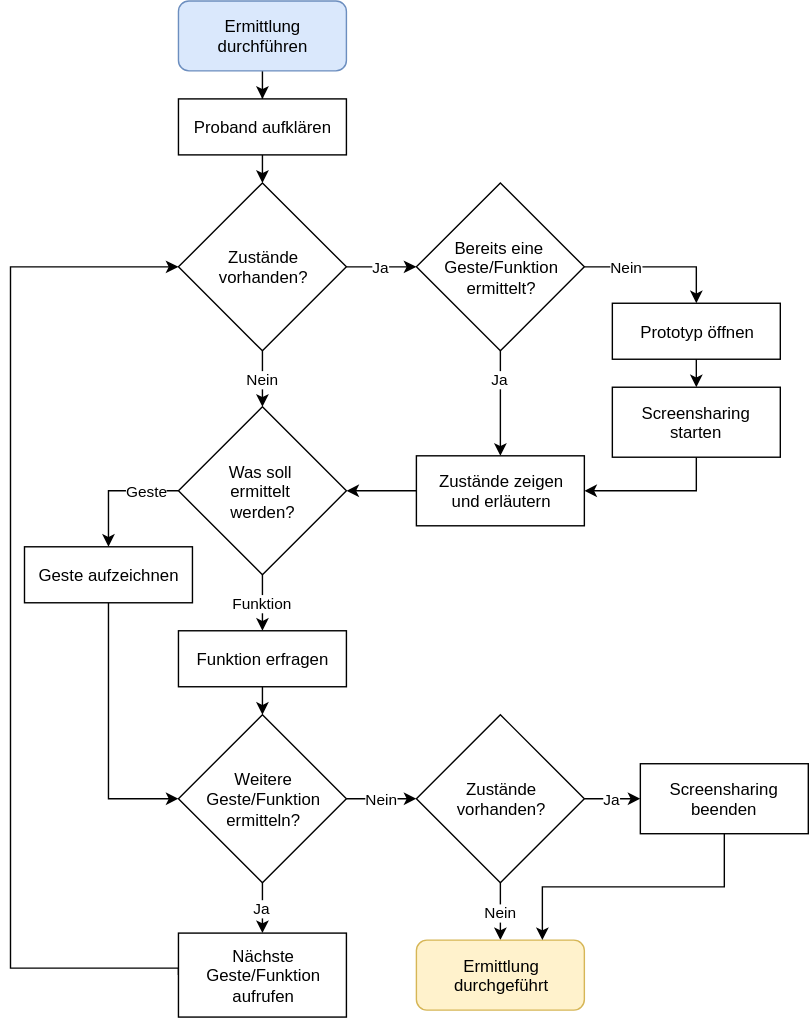
This is img/de/introduction/study-preview/elicitation.svg from danielkuenkel/gesturenote, a draw.io export, as it was before one commit. Source tidied: cells renumbered, new cells last; positions are measured from the earlier drawing's top-left corner, leaving out a move shared by most shapes.
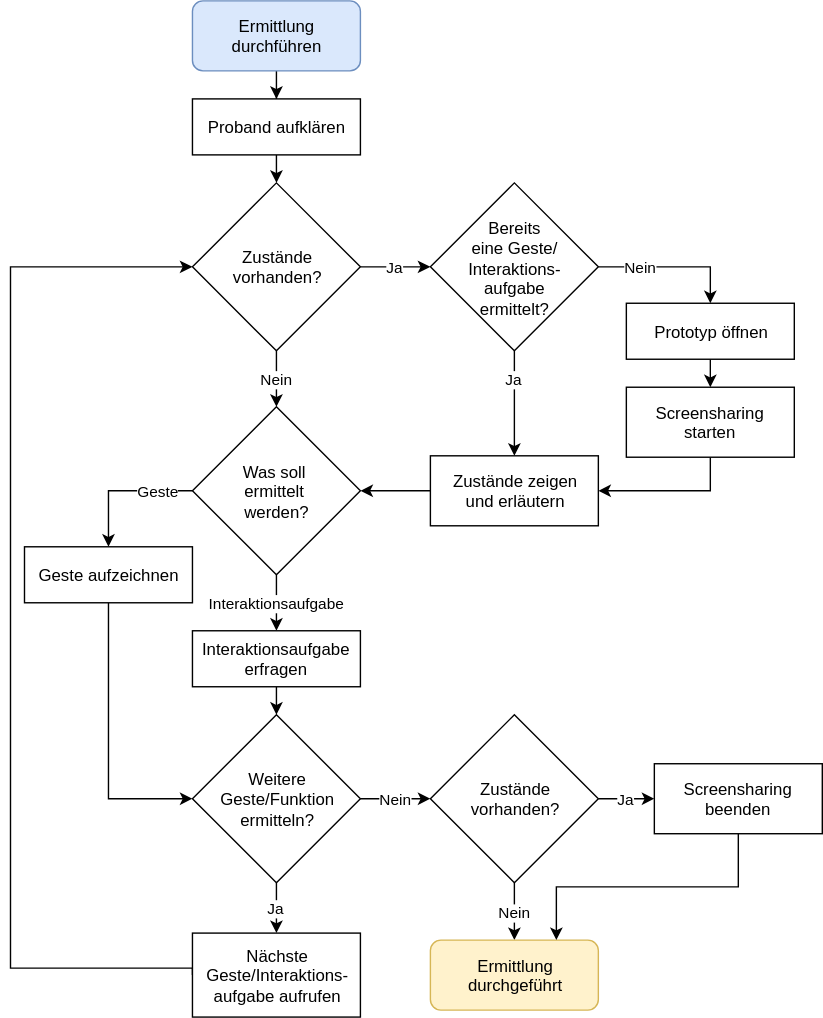
Above is the later version.

Diff of the diagram source:
```diff
@@ -72,12 +72,12 @@
       <mxGeometry relative="1" as="geometry">
         <Array as="points">
           <mxPoint x="120" y="691" />
-          <mxPoint y="691" />
-          <mxPoint y="190" />
+          <mxPoint x="-10" y="691" />
+          <mxPoint x="-10" y="190" />
         </Array>
       </mxGeometry>
     </mxCell>
-    <mxCell id="25" value="Nächste&lt;div&gt;Geste/Funktion&lt;div&gt;aufrufen&lt;/div&gt;&lt;/div&gt;" style="rounded=0;whiteSpace=wrap;html=1;" parent="1" vertex="1">
+    <mxCell id="25" value="Nächste&lt;div&gt;Geste/Interaktions-&lt;/div&gt;&lt;div&gt;aufgabe aufrufen&lt;/div&gt;" style="rounded=0;whiteSpace=wrap;html=1;" parent="1" vertex="1">
       <mxGeometry x="120" y="666" width="120" height="60" as="geometry" />
     </mxCell>
     <mxCell id="26" value="Nein" style="edgeStyle=orthogonalEdgeStyle;rounded=0;comic=0;html=1;exitX=1;exitY=0.5;entryX=0.5;entryY=0;shadow=0;jettySize=auto;" parent="1" edge="1" source="28" target="10">
@@ -95,17 +95,17 @@
         </Array>
       </mxGeometry>
     </mxCell>
-    <mxCell id="28" value="Bereits eine&amp;nbsp;&lt;div&gt;Geste/Funktion&lt;/div&gt;&lt;div&gt;ermittelt?&lt;/div&gt;" style="rhombus;whiteSpace=wrap;html=1;" parent="1" vertex="1">
+    <mxCell id="28" value="Bereits &lt;br&gt;eine Geste/&lt;br&gt;&lt;div&gt;Interaktions-&lt;/div&gt;&lt;div&gt;aufgabe&lt;/div&gt;&lt;div&gt;ermittelt?&lt;/div&gt;" style="rhombus;whiteSpace=wrap;html=1;" parent="1" vertex="1">
       <mxGeometry x="290" y="130" width="120" height="120" as="geometry" />
     </mxCell>
-    <mxCell id="29" value="Geste" style="edgeStyle=orthogonalEdgeStyle;rounded=0;comic=0;html=1;exitX=0;exitY=0.5;shadow=0;jettySize=auto;" parent="1" edge="1" source="31" target="33">
+    <mxCell id="29" value="Geste" style="edgeStyle=orthogonalEdgeStyle;rounded=0;comic=0;html=1;exitX=0;exitY=0.5;shadow=0;jettySize=auto;entryX=0.5;entryY=0;" parent="1" edge="1" source="31" target="33">
       <mxGeometry x="-0.5" relative="1" as="geometry">
         <Array as="points">
-          <mxPoint x="70" y="350" />
+          <mxPoint x="60" y="350" />
         </Array>
       </mxGeometry>
     </mxCell>
-    <mxCell id="30" value="Funktion" style="edgeStyle=orthogonalEdgeStyle;rounded=0;comic=0;html=1;exitX=0.5;exitY=1;entryX=0.5;entryY=0;shadow=0;jettySize=auto;" parent="1" edge="1" source="31" target="35">
+    <mxCell id="30" value="Interaktionsaufgabe" style="edgeStyle=orthogonalEdgeStyle;rounded=0;comic=0;html=1;exitX=0.5;exitY=1;entryX=0.5;entryY=0;shadow=0;jettySize=auto;" parent="1" edge="1" source="31" target="35">
       <mxGeometry relative="1" as="geometry" />
     </mxCell>
     <mxCell id="31" value="Was soll&amp;nbsp;&lt;div&gt;ermittelt&amp;nbsp;&lt;/div&gt;&lt;div&gt;werden?&lt;/div&gt;" style="rhombus;whiteSpace=wrap;html=1;" parent="1" vertex="1">
@@ -115,12 +115,12 @@
       <mxGeometry relative="1" as="geometry" />
     </mxCell>
     <mxCell id="33" value="Geste aufzeichnen" style="rounded=0;whiteSpace=wrap;html=1;" parent="1" vertex="1">
-      <mxGeometry x="10" y="390" width="120" height="40" as="geometry" />
+      <mxGeometry y="390" width="120" height="40" as="geometry" />
     </mxCell>
     <mxCell id="34" style="edgeStyle=orthogonalEdgeStyle;rounded=0;comic=0;html=1;exitX=0.5;exitY=1;entryX=0.5;entryY=0;shadow=0;jettySize=auto;" parent="1" edge="1" source="35" target="17">
       <mxGeometry relative="1" as="geometry" />
     </mxCell>
-    <mxCell id="35" value="Funktion erfragen" style="rounded=0;whiteSpace=wrap;html=1;" parent="1" vertex="1">
+    <mxCell id="35" value="Interaktionsaufgabe erfragen" style="rounded=0;whiteSpace=wrap;html=1;" parent="1" vertex="1">
       <mxGeometry x="120" y="450" width="120" height="40" as="geometry" />
     </mxCell>
   </root>
```
